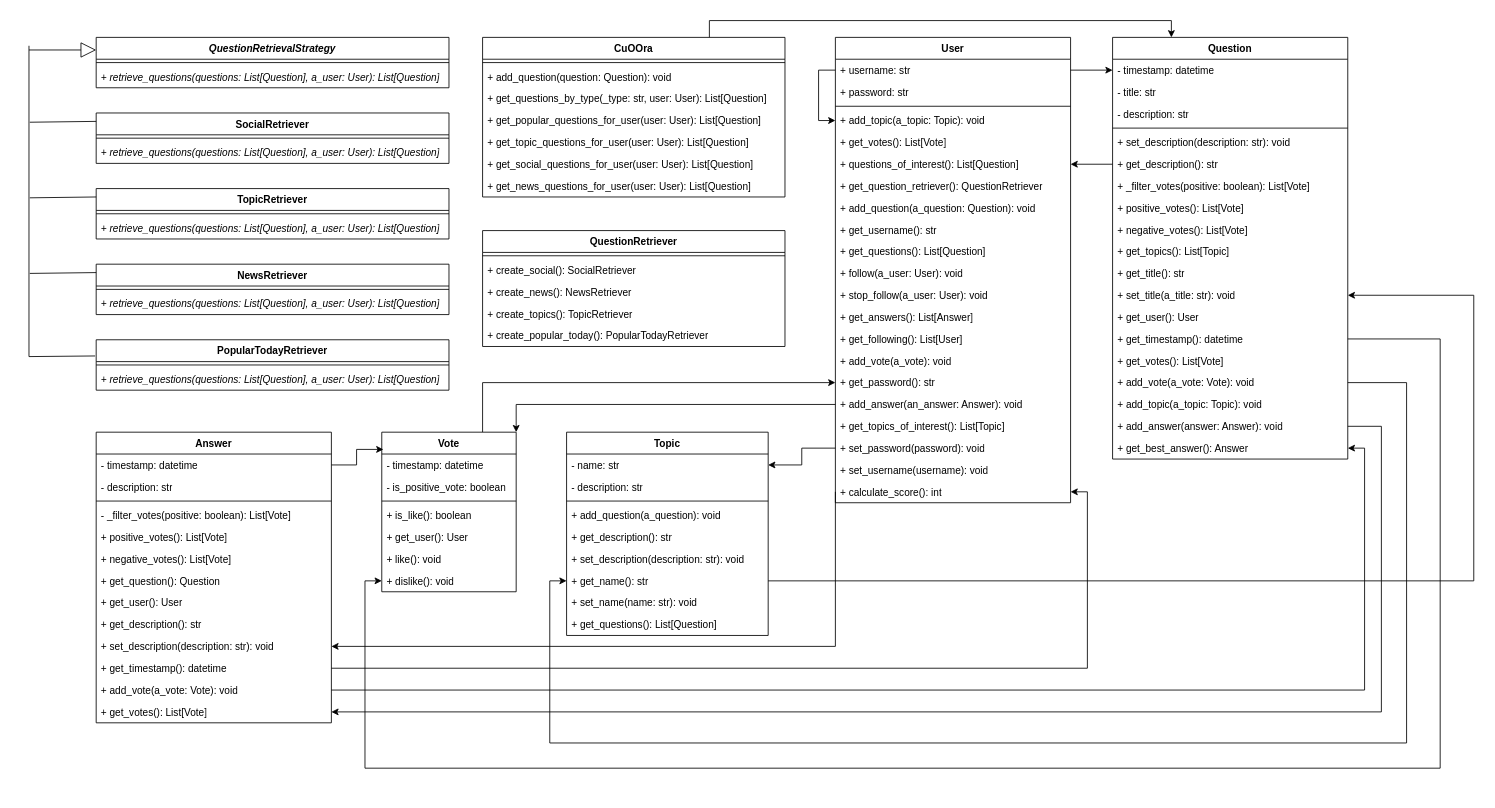
The draw.io diagram practica3/Practica3.drawio in josemicode/boletines-modsis, before the edit. Source tidied: cells renumbered, new cells numbered last; positions are measured from the earlier drawing's top-left corner, leaving out a move shared by most shapes. Both pictures are drawn from the tidied source at 84%, with x=0, y=0 at pixel (29, 37).
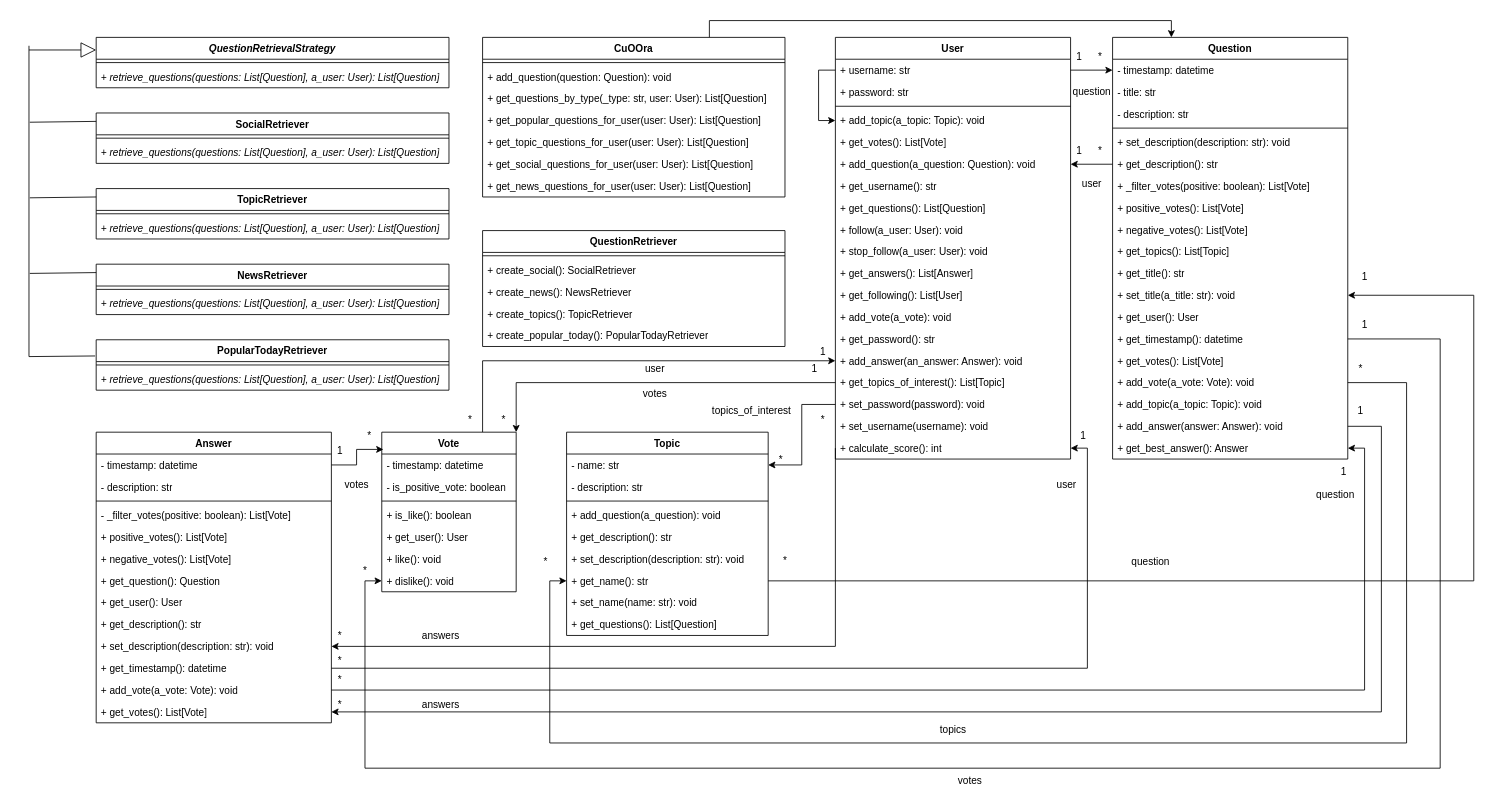
The same page after the edit.

Unchanged cells that the change refers to:
```xml
<mxCell id="70" value="Vote" style="swimlane;fontStyle=1;align=center;verticalAlign=top;horizontal=1;startSize=26;whiteSpace=wrap;html=1;" parent="1" vertex="1">
  <mxGeometry x="420" y="470" width="160" height="190" as="geometry" />
</mxCell>
<mxCell id="84" value="+&amp;nbsp;get_description(): str" style="text;strokeColor=none;fillColor=none;align=left;verticalAlign=top;spacingLeft=4;spacingRight=4;overflow=hidden;points=[[0,0.5],[1,0.5]];portConstraint=eastwest;whiteSpace=wrap;html=1;" parent="78" vertex="1">
  <mxGeometry y="138" width="280" height="26" as="geometry" />
</mxCell>
```

Diff of the diagram source:
```diff
@@
     <mxCell id="46" value="User" style="swimlane;fontStyle=1;align=center;verticalAlign=top;horizontal=1;startSize=26;whiteSpace=wrap;html=1;" parent="1" vertex="1">
-      <mxGeometry x="960" width="280" height="554" as="geometry" />
+      <mxGeometry x="960" width="280" height="502" as="geometry" />
     </mxCell>
@@
-    <mxCell id="53" value="+&amp;nbsp;questions_of_interest(): List[Question]" style="text;strokeColor=none;fillColor=none;align=left;verticalAlign=top;spacingLeft=4;spacingRight=4;overflow=hidden;points=[[0,0.5],[1,0.5]];portConstraint=eastwest;whiteSpace=wrap;html=1;" parent="46" vertex="1">
-      <mxGeometry y="138" width="280" height="26" as="geometry" />
-    </mxCell>
-    <mxCell id="54" value="+&amp;nbsp;get_question_retriever(): QuestionRetriever" style="text;strokeColor=none;fillColor=none;align=left;verticalAlign=top;spacingLeft=4;spacingRight=4;overflow=hidden;whiteSpace=wrap;html=1;" parent="46" vertex="1">
-      <mxGeometry y="164" width="280" height="26" as="geometry" />
-    </mxCell>
     <mxCell id="55" value="+&amp;nbsp;add_question(a_question: Question): void" style="text;strokeColor=none;fillColor=none;align=left;verticalAlign=top;spacingLeft=4;spacingRight=4;overflow=hidden;whiteSpace=wrap;html=1;" parent="46" vertex="1">
-      <mxGeometry y="190" width="280" height="26" as="geometry" />
+      <mxGeometry y="138" width="280" height="26" as="geometry" />
     </mxCell>
     <mxCell id="56" value="+&amp;nbsp;get_username(): str" style="text;strokeColor=none;fillColor=none;align=left;verticalAlign=top;spacingLeft=4;spacingRight=4;overflow=hidden;whiteSpace=wrap;html=1;" parent="46" vertex="1">
-      <mxGeometry y="216" width="280" height="26" as="geometry" />
+      <mxGeometry y="164" width="280" height="26" as="geometry" />
     </mxCell>
     <mxCell id="57" value="+&amp;nbsp;get_questions(): List[Question]" style="text;strokeColor=none;fillColor=none;align=left;verticalAlign=top;spacingLeft=4;spacingRight=4;overflow=hidden;whiteSpace=wrap;html=1;" parent="46" vertex="1">
-      <mxGeometry y="242" width="280" height="26" as="geometry" />
+      <mxGeometry y="190" width="280" height="26" as="geometry" />
     </mxCell>
     <mxCell id="58" value="+&amp;nbsp;follow(a_user: User): void" style="text;strokeColor=none;fillColor=none;align=left;verticalAlign=top;spacingLeft=4;spacingRight=4;overflow=hidden;whiteSpace=wrap;html=1;" parent="46" vertex="1">
-      <mxGeometry y="268" width="280" height="26" as="geometry" />
+      <mxGeometry y="216" width="280" height="26" as="geometry" />
     </mxCell>
     <mxCell id="59" value="+ stop_follow(a_user: User): void" style="text;strokeColor=none;fillColor=none;align=left;verticalAlign=top;spacingLeft=4;spacingRight=4;overflow=hidden;whiteSpace=wrap;html=1;" parent="46" vertex="1">
-      <mxGeometry y="294" width="280" height="26" as="geometry" />
+      <mxGeometry y="242" width="280" height="26" as="geometry" />
     </mxCell>
     <mxCell id="60" value="+ get_answers(): List[Answer]" style="text;strokeColor=none;fillColor=none;align=left;verticalAlign=top;spacingLeft=4;spacingRight=4;overflow=hidden;whiteSpace=wrap;html=1;" parent="46" vertex="1">
-      <mxGeometry y="320" width="280" height="26" as="geometry" />
+      <mxGeometry y="268" width="280" height="26" as="geometry" />
     </mxCell>
     <mxCell id="61" value="+&amp;nbsp;get_following(): List[User]" style="text;strokeColor=none;fillColor=none;align=left;verticalAlign=top;spacingLeft=4;spacingRight=4;overflow=hidden;whiteSpace=wrap;html=1;" parent="46" vertex="1">
-      <mxGeometry y="346" width="280" height="26" as="geometry" />
+      <mxGeometry y="294" width="280" height="26" as="geometry" />
     </mxCell>
     <mxCell id="62" value="+ add_vote(a_vote): void" style="text;strokeColor=none;fillColor=none;align=left;verticalAlign=top;spacingLeft=4;spacingRight=4;overflow=hidden;whiteSpace=wrap;html=1;" parent="46" vertex="1">
-      <mxGeometry y="372" width="280" height="26" as="geometry" />
+      <mxGeometry y="320" width="280" height="26" as="geometry" />
     </mxCell>
     <mxCell id="63" value="+ get_password(): str" style="text;strokeColor=none;fillColor=none;align=left;verticalAlign=top;spacingLeft=4;spacingRight=4;overflow=hidden;points=[[0,0.5],[1,0.5]];portConstraint=eastwest;whiteSpace=wrap;html=1;" parent="46" vertex="1">
-      <mxGeometry y="398" width="280" height="26" as="geometry" />
+      <mxGeometry y="346" width="280" height="26" as="geometry" />
     </mxCell>
     <mxCell id="64" value="+&amp;nbsp;add_answer(an_answer: Answer): void" style="text;strokeColor=none;fillColor=none;align=left;verticalAlign=top;spacingLeft=4;spacingRight=4;overflow=hidden;points=[[0,0.5],[1,0.5]];portConstraint=eastwest;whiteSpace=wrap;html=1;" parent="46" vertex="1">
-      <mxGeometry y="424" width="280" height="26" as="geometry" />
+      <mxGeometry y="372" width="280" height="26" as="geometry" />
     </mxCell>
     <mxCell id="65" value="+&amp;nbsp;get_topics_of_interest(): List[Topic]" style="text;strokeColor=none;fillColor=none;align=left;verticalAlign=top;spacingLeft=4;spacingRight=4;overflow=hidden;points=[[0,0.5],[1,0.5]];portConstraint=eastwest;whiteSpace=wrap;html=1;" parent="46" vertex="1">
-      <mxGeometry y="450" width="280" height="26" as="geometry" />
+      <mxGeometry y="398" width="280" height="26" as="geometry" />
     </mxCell>
     <mxCell id="66" value="+&amp;nbsp;set_password(password): void" style="text;strokeColor=none;fillColor=none;align=left;verticalAlign=top;spacingLeft=4;spacingRight=4;overflow=hidden;points=[[0,0.5],[1,0.5]];portConstraint=eastwest;whiteSpace=wrap;html=1;" parent="46" vertex="1">
-      <mxGeometry y="476" width="280" height="26" as="geometry" />
+      <mxGeometry y="424" width="280" height="26" as="geometry" />
     </mxCell>
     <mxCell id="67" value="+&amp;nbsp;set_username(username): void" style="text;strokeColor=none;fillColor=none;align=left;verticalAlign=top;spacingLeft=4;spacingRight=4;overflow=hidden;whiteSpace=wrap;html=1;" parent="46" vertex="1">
-      <mxGeometry y="502" width="280" height="26" as="geometry" />
+      <mxGeometry y="450" width="280" height="26" as="geometry" />
     </mxCell>
     <mxCell id="68" value="+&amp;nbsp;calculate_score(): int" style="text;strokeColor=none;fillColor=none;align=left;verticalAlign=top;spacingLeft=4;spacingRight=4;overflow=hidden;points=[[0,0.5],[1,0.5]];portConstraint=eastwest;whiteSpace=wrap;html=1;" parent="46" vertex="1">
-      <mxGeometry y="528" width="280" height="26" as="geometry" />
+      <mxGeometry y="476" width="280" height="26" as="geometry" />
     </mxCell>
-    <mxCell id="69" style="edgeStyle=orthogonalEdgeStyle;rounded=0;jettySize=auto;html=1;exitX=0.75;exitY=0;exitDx=0;exitDy=0;entryX=0;entryY=0.5;entryDx=0;entryDy=0;" parent="1" edge="1" source="70" target="63">
+    <mxCell id="69" style="edgeStyle=orthogonalEdgeStyle;rounded=0;jettySize=auto;html=1;exitX=0.75;exitY=0;exitDx=0;exitDy=0;entryX=0;entryY=0.5;entryDx=0;entryDy=0;" parent="1" edge="1" source="70" target="64">
       <mxGeometry relative="1" as="geometry" />
     </mxCell>
@@
-    <mxCell id="120" style="edgeStyle=orthogonalEdgeStyle;rounded=0;jettySize=auto;html=1;exitX=0;exitY=0.5;exitDx=0;exitDy=0;entryX=1;entryY=0;entryDx=0;entryDy=0;" parent="1" edge="1" source="64" target="70">
+    <mxCell id="120" style="edgeStyle=orthogonalEdgeStyle;rounded=0;jettySize=auto;html=1;exitX=0;exitY=0.5;exitDx=0;exitDy=0;entryX=1;entryY=0;entryDx=0;entryDy=0;" parent="1" edge="1" source="65" target="70">
       <mxGeometry relative="1" as="geometry" />
     </mxCell>
@@
-    <mxCell id="123" style="edgeStyle=orthogonalEdgeStyle;rounded=0;jettySize=auto;html=1;exitX=0;exitY=0.5;exitDx=0;exitDy=0;entryX=1;entryY=0.5;entryDx=0;entryDy=0;" parent="1" edge="1" source="84" target="53">
-      <mxGeometry relative="1" as="geometry" />
+    <mxCell id="123" style="edgeStyle=orthogonalEdgeStyle;rounded=0;jettySize=auto;html=1;exitX=0;exitY=0.5;exitDx=0;exitDy=0;entryX=1;entryY=0.5;entryDx=0;entryDy=0;" parent="1" edge="1" source="84">
+      <mxGeometry relative="1" as="geometry">
+        <mxPoint x="1240" y="151" as="targetPoint" />
+      </mxGeometry>
     </mxCell>
@@
+    <mxCell id="126" value="votes" style="text;html=1;align=center;verticalAlign=middle;strokeColor=none;fillColor=none;" parent="1" vertex="1">
+      <mxGeometry x="365" y="518" width="50" height="30" as="geometry" />
+    </mxCell>
+    <mxCell id="127" value="1" style="text;html=1;align=center;verticalAlign=middle;strokeColor=none;fillColor=none;" parent="1" vertex="1">
+      <mxGeometry x="355" y="478" width="30" height="30" as="geometry" />
+    </mxCell>
+    <mxCell id="128" value="*" style="text;html=1;align=center;verticalAlign=middle;strokeColor=none;fillColor=none;" parent="1" vertex="1">
+      <mxGeometry x="390" y="460" width="30" height="30" as="geometry" />
+    </mxCell>
+    <mxCell id="129" value="*" style="text;html=1;align=center;verticalAlign=middle;strokeColor=none;fillColor=none;" parent="1" vertex="1">
+      <mxGeometry x="355" y="728" width="30" height="30" as="geometry" />
+    </mxCell>
+    <mxCell id="130" value="1" style="text;html=1;align=center;verticalAlign=middle;strokeColor=none;fillColor=none;" parent="1" vertex="1">
+      <mxGeometry x="1240" y="460" width="30" height="30" as="geometry" />
+    </mxCell>
+    <mxCell id="131" value="user" style="text;html=1;align=center;verticalAlign=middle;strokeColor=none;fillColor=none;" parent="1" vertex="1">
+      <mxGeometry x="1210" y="518" width="50" height="30" as="geometry" />
+    </mxCell>
+    <mxCell id="132" value="*" style="text;html=1;align=center;verticalAlign=middle;strokeColor=none;fillColor=none;" parent="1" vertex="1">
+      <mxGeometry x="355" y="750" width="30" height="30" as="geometry" />
+    </mxCell>
+    <mxCell id="133" value="*" style="text;html=1;align=center;verticalAlign=middle;strokeColor=none;fillColor=none;" parent="1" vertex="1">
+      <mxGeometry x="355" y="698" width="30" height="30" as="geometry" />
+    </mxCell>
+    <mxCell id="134" value="*" style="text;html=1;align=center;verticalAlign=middle;strokeColor=none;fillColor=none;" parent="1" vertex="1">
+      <mxGeometry x="355" y="780" width="30" height="30" as="geometry" />
+    </mxCell>
+    <mxCell id="135" value="answers" style="text;html=1;align=center;verticalAlign=middle;strokeColor=none;fillColor=none;" parent="1" vertex="1">
+      <mxGeometry x="455" y="698" width="70" height="30" as="geometry" />
+    </mxCell>
+    <mxCell id="136" value="answers" style="text;html=1;align=center;verticalAlign=middle;strokeColor=none;fillColor=none;" parent="1" vertex="1">
+      <mxGeometry x="455" y="780" width="70" height="30" as="geometry" />
+    </mxCell>
+    <mxCell id="137" value="votes" style="text;html=1;align=center;verticalAlign=middle;strokeColor=none;fillColor=none;" parent="1" vertex="1">
+      <mxGeometry x="720" y="410" width="50" height="30" as="geometry" />
+    </mxCell>
+    <mxCell id="138" value="user" style="text;html=1;align=center;verticalAlign=middle;strokeColor=none;fillColor=none;" parent="1" vertex="1">
+      <mxGeometry x="720" y="380" width="50" height="30" as="geometry" />
+    </mxCell>
+    <mxCell id="139" value="*" style="text;html=1;align=center;verticalAlign=middle;strokeColor=none;fillColor=none;" parent="1" vertex="1">
+      <mxGeometry x="510" y="440" width="30" height="30" as="geometry" />
+    </mxCell>
+    <mxCell id="140" value="1" style="text;html=1;align=center;verticalAlign=middle;strokeColor=none;fillColor=none;" parent="1" vertex="1">
+      <mxGeometry x="930" y="360" width="30" height="30" as="geometry" />
+    </mxCell>
+    <mxCell id="141" value="*" style="text;html=1;align=center;verticalAlign=middle;strokeColor=none;fillColor=none;" parent="1" vertex="1">
+      <mxGeometry x="550" y="440" width="30" height="30" as="geometry" />
+    </mxCell>
+    <mxCell id="142" value="1" style="text;html=1;align=center;verticalAlign=middle;strokeColor=none;fillColor=none;" parent="1" vertex="1">
+      <mxGeometry x="920" y="380" width="30" height="30" as="geometry" />
+    </mxCell>
+    <mxCell id="143" value="topics_of_interest" style="text;html=1;align=center;verticalAlign=middle;strokeColor=none;fillColor=none;" parent="1" vertex="1">
+      <mxGeometry x="800" y="430" width="120" height="30" as="geometry" />
+    </mxCell>
+    <mxCell id="144" value="*" style="text;html=1;align=center;verticalAlign=middle;strokeColor=none;fillColor=none;" parent="1" vertex="1">
+      <mxGeometry x="880" y="488" width="30" height="30" as="geometry" />
+    </mxCell>
+    <mxCell id="145" value="*" style="text;html=1;align=center;verticalAlign=middle;strokeColor=none;fillColor=none;" parent="1" vertex="1">
+      <mxGeometry x="930" y="440" width="30" height="30" as="geometry" />
+    </mxCell>
+    <mxCell id="146" value="question" style="text;html=1;align=center;verticalAlign=middle;strokeColor=none;fillColor=none;" parent="1" vertex="1">
+      <mxGeometry x="1520" y="530" width="70" height="30" as="geometry" />
+    </mxCell>
+    <mxCell id="147" value="1" style="text;html=1;align=center;verticalAlign=middle;strokeColor=none;fillColor=none;" parent="1" vertex="1">
+      <mxGeometry x="1550" y="502" width="30" height="30" as="geometry" />
+    </mxCell>
+    <mxCell id="148" value="1" style="text;html=1;align=center;verticalAlign=middle;strokeColor=none;fillColor=none;" parent="1" vertex="1">
+      <mxGeometry x="1570" y="430" width="30" height="30" as="geometry" />
+    </mxCell>
+    <mxCell id="149" value="*" style="text;html=1;align=center;verticalAlign=middle;strokeColor=none;fillColor=none;" parent="1" vertex="1">
+      <mxGeometry x="1570" y="380" width="30" height="30" as="geometry" />
+    </mxCell>
+    <mxCell id="150" value="votes" style="text;html=1;align=center;verticalAlign=middle;strokeColor=none;fillColor=none;" parent="1" vertex="1">
+      <mxGeometry x="1095" y="870" width="50" height="30" as="geometry" />
+    </mxCell>
+    <mxCell id="151" value="1" style="text;html=1;align=center;verticalAlign=middle;strokeColor=none;fillColor=none;" parent="1" vertex="1">
+      <mxGeometry x="1575" y="328" width="30" height="30" as="geometry" />
+    </mxCell>
+    <mxCell id="152" value="*" style="text;html=1;align=center;verticalAlign=middle;strokeColor=none;fillColor=none;" parent="1" vertex="1">
+      <mxGeometry x="385" y="620" width="30" height="30" as="geometry" />
+    </mxCell>
+    <mxCell id="153" value="topics" style="text;html=1;align=center;verticalAlign=middle;strokeColor=none;fillColor=none;" parent="1" vertex="1">
+      <mxGeometry x="1075" y="810" width="50" height="30" as="geometry" />
+    </mxCell>
+    <mxCell id="154" value="*" style="text;html=1;align=center;verticalAlign=middle;strokeColor=none;fillColor=none;" parent="1" vertex="1">
+      <mxGeometry x="600" y="610" width="30" height="30" as="geometry" />
+    </mxCell>
+    <mxCell id="155" value="question" style="text;html=1;align=center;verticalAlign=middle;strokeColor=none;fillColor=none;" parent="1" vertex="1">
+      <mxGeometry x="1300" y="610" width="70" height="30" as="geometry" />
+    </mxCell>
+    <mxCell id="156" value="*" style="text;html=1;align=center;verticalAlign=middle;strokeColor=none;fillColor=none;" parent="1" vertex="1">
+      <mxGeometry x="885" y="608" width="30" height="30" as="geometry" />
+    </mxCell>
+    <mxCell id="157" value="1" style="text;html=1;align=center;verticalAlign=middle;strokeColor=none;fillColor=none;" parent="1" vertex="1">
+      <mxGeometry x="1575" y="270" width="30" height="30" as="geometry" />
+    </mxCell>
+    <mxCell id="158" value="user" style="text;html=1;align=center;verticalAlign=middle;strokeColor=none;fillColor=none;" parent="1" vertex="1">
+      <mxGeometry x="1240" y="160" width="50" height="30" as="geometry" />
+    </mxCell>
+    <mxCell id="159" value="question" style="text;html=1;align=center;verticalAlign=middle;strokeColor=none;fillColor=none;" parent="1" vertex="1">
+      <mxGeometry x="1230" y="50" width="70" height="30" as="geometry" />
+    </mxCell>
+    <mxCell id="160" value="1" style="text;html=1;align=center;verticalAlign=middle;strokeColor=none;fillColor=none;" parent="1" vertex="1">
+      <mxGeometry x="1235" y="8" width="30" height="30" as="geometry" />
+    </mxCell>
+    <mxCell id="161" value="1" style="text;html=1;align=center;verticalAlign=middle;strokeColor=none;fillColor=none;" parent="1" vertex="1">
+      <mxGeometry x="1235" y="120" width="30" height="30" as="geometry" />
+    </mxCell>
+    <mxCell id="162" value="*" style="text;html=1;align=center;verticalAlign=middle;strokeColor=none;fillColor=none;" parent="1" vertex="1">
+      <mxGeometry x="1260" y="8" width="30" height="30" as="geometry" />
+    </mxCell>
+    <mxCell id="163" value="*" style="text;html=1;align=center;verticalAlign=middle;strokeColor=none;fillColor=none;" parent="1" vertex="1">
+      <mxGeometry x="1260" y="120" width="30" height="30" as="geometry" />
+    </mxCell>
```
